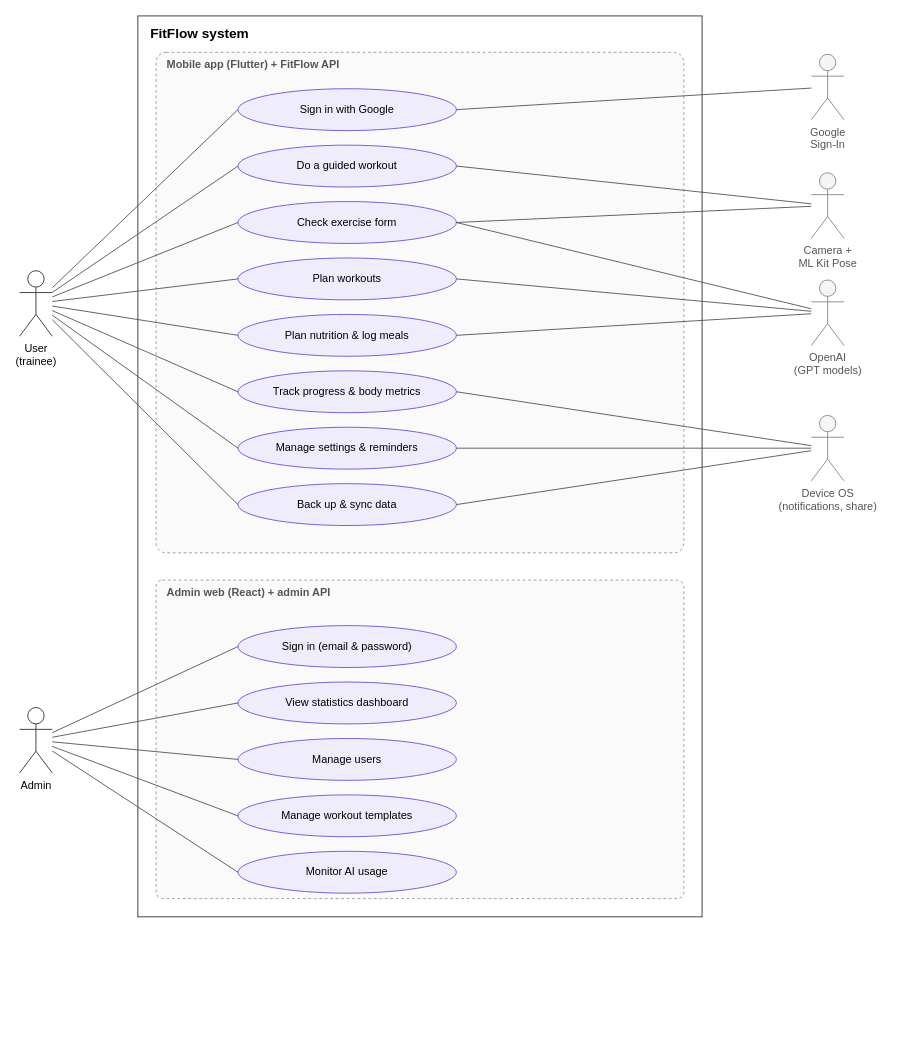
PRM-393-G5/fitflow keeps this draw.io diagram as docs/usecase.drawio. Above is the earlier version. Source tidied: cells renumbered, new cells numbered last; positions are measured from the earlier drawing's top-left corner, leaving out a move shared by most shapes. Both pictures are drawn from the tidied source at 91%, with x=0, y=0 at pixel (19, 15).
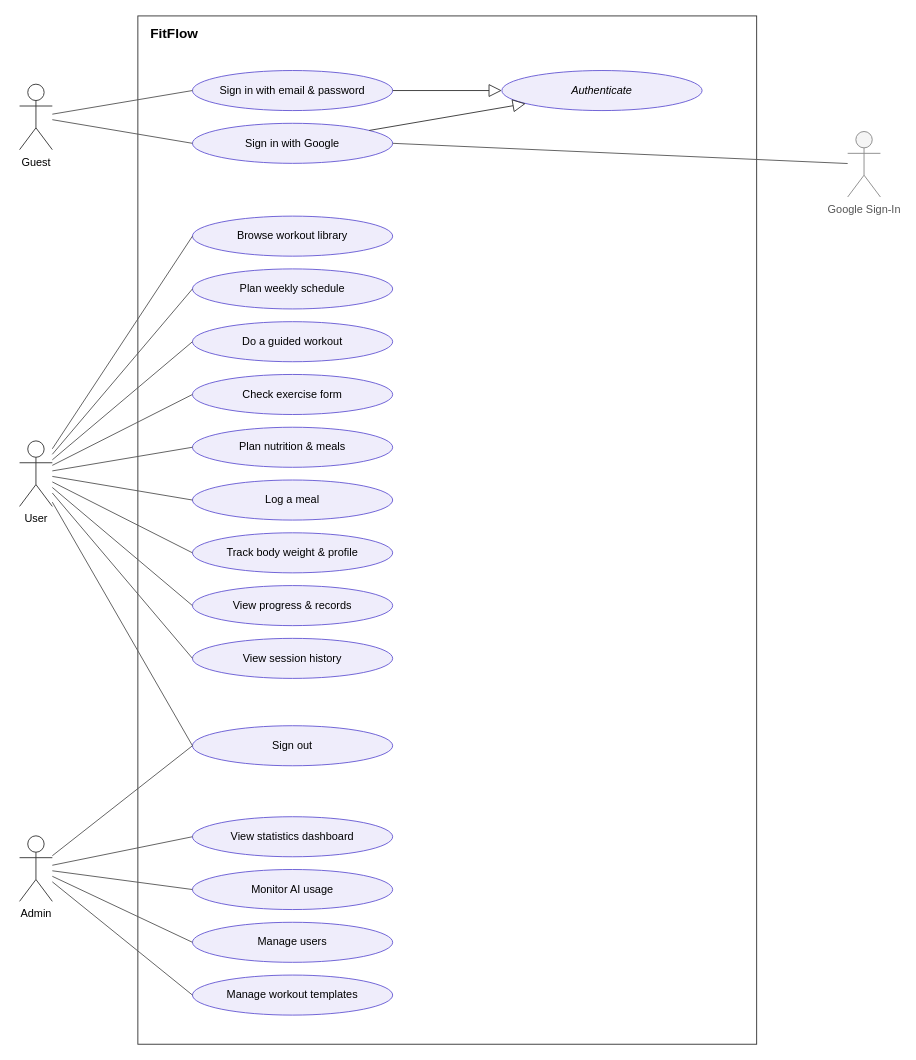
The same diagram, later.

Commit message (it also covers changes not shown here):
docs: update features list and simplify usecase diagram

Diff of the diagram source:
```diff
@@
-    <mxCell id="2" value="FitFlow system" style="rounded=0;whiteSpace=wrap;html=1;fillColor=none;verticalAlign=top;align=left;spacingLeft=12;spacingTop=4;fontSize=15;fontStyle=1;strokeColor=#333333;" parent="1" vertex="1">
-      <mxGeometry x="130" width="620" height="990" as="geometry" />
+    <mxCell id="2" value="FitFlow" style="rounded=0;whiteSpace=wrap;html=1;fillColor=none;verticalAlign=top;align=left;spacingLeft=12;spacingTop=4;fontSize=15;fontStyle=1;strokeColor=#333333;" parent="1" vertex="1">
+      <mxGeometry x="130" width="680" height="1130" as="geometry" />
     </mxCell>
-    <mxCell id="3" value="Mobile app (Flutter) + FitFlow API" style="rounded=1;arcSize=2;whiteSpace=wrap;html=1;fillColor=#fafafa;verticalAlign=top;align=left;spacingLeft=10;fontStyle=1;dashed=1;strokeColor=#999999;fontColor=#555555;" parent="1" vertex="1">
-      <mxGeometry x="150" y="40" width="580" height="550" as="geometry" />
-    </mxCell>
-    <mxCell id="4" value="Admin web (React) + admin API" style="rounded=1;arcSize=2;whiteSpace=wrap;html=1;fillColor=#fafafa;verticalAlign=top;align=left;spacingLeft=10;fontStyle=1;dashed=1;strokeColor=#999999;fontColor=#555555;" parent="1" vertex="1">
-      <mxGeometry x="150" y="620" width="580" height="350" as="geometry" />
-    </mxCell>
+    <mxCell id="46" value="Guest" style="shape=umlActor;verticalLabelPosition=bottom;verticalAlign=top;html=1;outlineConnect=0;fillColor=#ffffff;strokeColor=#333333;" parent="1" vertex="1">
+      <mxGeometry y="75" width="36" height="72" as="geometry" />
+    </mxCell>
-    <mxCell id="5" value="User&lt;br&gt;(trainee)" style="shape=umlActor;verticalLabelPosition=bottom;verticalAlign=top;html=1;outlineConnect=0;fillColor=#ffffff;strokeColor=#333333;" parent="1" vertex="1">
-      <mxGeometry y="280" width="36" height="72" as="geometry" />
+    <mxCell id="5" value="User" style="shape=umlActor;verticalLabelPosition=bottom;verticalAlign=top;html=1;outlineConnect=0;fillColor=#ffffff;strokeColor=#333333;" parent="1" vertex="1">
+      <mxGeometry y="467" width="36" height="72" as="geometry" />
     </mxCell>
     <mxCell id="6" value="Admin" style="shape=umlActor;verticalLabelPosition=bottom;verticalAlign=top;html=1;outlineConnect=0;fillColor=#ffffff;strokeColor=#333333;" parent="1" vertex="1">
-      <mxGeometry y="760" width="36" height="72" as="geometry" />
+      <mxGeometry y="901" width="36" height="72" as="geometry" />
     </mxCell>
-    <mxCell id="7" value="Google&lt;br&gt;Sign-In" style="shape=umlActor;verticalLabelPosition=bottom;verticalAlign=top;html=1;outlineConnect=0;fillColor=#f5f5f5;strokeColor=#888888;fontColor=#555555;" parent="1" vertex="1">
-      <mxGeometry x="870" y="42.2" width="36" height="72" as="geometry" />
+    <mxCell id="7" value="Google Sign-In" style="shape=umlActor;verticalLabelPosition=bottom;verticalAlign=top;html=1;outlineConnect=0;fillColor=#f5f5f5;strokeColor=#888888;fontColor=#555555;" parent="1" vertex="1">
+      <mxGeometry x="910" y="127" width="36" height="72" as="geometry" />
     </mxCell>
-    <mxCell id="8" value="Camera +&lt;br&gt;ML Kit Pose" style="shape=umlActor;verticalLabelPosition=bottom;verticalAlign=top;html=1;outlineConnect=0;fillColor=#f5f5f5;strokeColor=#888888;fontColor=#555555;" parent="1" vertex="1">
-      <mxGeometry x="870" y="172.4" width="36" height="72" as="geometry" />
-    </mxCell>
-    <mxCell id="9" value="OpenAI&lt;br&gt;(GPT models)" style="shape=umlActor;verticalLabelPosition=bottom;verticalAlign=top;html=1;outlineConnect=0;fillColor=#f5f5f5;strokeColor=#888888;fontColor=#555555;" parent="1" vertex="1">
-      <mxGeometry x="870" y="290.2" width="36" height="72" as="geometry" />
-    </mxCell>
-    <mxCell id="10" value="Device OS&lt;br&gt;(notifications, share)" style="shape=umlActor;verticalLabelPosition=bottom;verticalAlign=top;html=1;outlineConnect=0;fillColor=#f5f5f5;strokeColor=#888888;fontColor=#555555;" parent="1" vertex="1">
-      <mxGeometry x="870" y="439" width="36" height="72" as="geometry" />
-    </mxCell>
-    <mxCell id="11" value="Sign in with Google" style="ellipse;whiteSpace=wrap;html=1;fillColor=#EFEDFB;strokeColor=#6558D3;fontSize=12;" parent="1" vertex="1">
-      <mxGeometry x="240" y="80" width="240" height="46" as="geometry" />
-    </mxCell>
+    <mxCell id="21" value="Sign in with email &amp; password" style="ellipse;whiteSpace=wrap;html=1;fillColor=#EFEDFB;strokeColor=#6558D3;fontSize=12;" parent="1" vertex="1">
+      <mxGeometry x="190" y="60" width="220" height="44" as="geometry" />
+    </mxCell>
+    <mxCell id="19" value="Sign in with Google" style="ellipse;whiteSpace=wrap;html=1;fillColor=#EFEDFB;strokeColor=#6558D3;fontSize=12;" parent="1" vertex="1">
+      <mxGeometry x="190" y="118" width="220" height="44" as="geometry" />
+    </mxCell>
+    <mxCell id="47" value="Authenticate" style="ellipse;whiteSpace=wrap;html=1;fillColor=#EFEDFB;strokeColor=#6558D3;fontSize=12;fontStyle=2;" parent="1" vertex="1">
+      <mxGeometry x="530" y="60" width="220" height="44" as="geometry" />
+    </mxCell>
+    <mxCell id="48" value="Browse workout library" style="ellipse;whiteSpace=wrap;html=1;fillColor=#EFEDFB;strokeColor=#6558D3;fontSize=12;" parent="1" vertex="1">
+      <mxGeometry x="190" y="220" width="220" height="44" as="geometry" />
+    </mxCell>
+    <mxCell id="49" value="Plan weekly schedule" style="ellipse;whiteSpace=wrap;html=1;fillColor=#EFEDFB;strokeColor=#6558D3;fontSize=12;" parent="1" vertex="1">
+      <mxGeometry x="190" y="278" width="220" height="44" as="geometry" />
+    </mxCell>
     <mxCell id="12" value="Do a guided workout" style="ellipse;whiteSpace=wrap;html=1;fillColor=#EFEDFB;strokeColor=#6558D3;fontSize=12;" parent="1" vertex="1">
-      <mxGeometry x="240" y="142" width="240" height="46" as="geometry" />
+      <mxGeometry x="190" y="336" width="220" height="44" as="geometry" />
     </mxCell>
     <mxCell id="13" value="Check exercise form" style="ellipse;whiteSpace=wrap;html=1;fillColor=#EFEDFB;strokeColor=#6558D3;fontSize=12;" parent="1" vertex="1">
-      <mxGeometry x="240" y="204" width="240" height="46" as="geometry" />
+      <mxGeometry x="190" y="394" width="220" height="44" as="geometry" />
     </mxCell>
-    <mxCell id="14" value="Plan workouts" style="ellipse;whiteSpace=wrap;html=1;fillColor=#EFEDFB;strokeColor=#6558D3;fontSize=12;" parent="1" vertex="1">
-      <mxGeometry x="240" y="266" width="240" height="46" as="geometry" />
-    </mxCell>
-    <mxCell id="15" value="Plan nutrition &amp; log meals" style="ellipse;whiteSpace=wrap;html=1;fillColor=#EFEDFB;strokeColor=#6558D3;fontSize=12;" parent="1" vertex="1">
-      <mxGeometry x="240" y="328" width="240" height="46" as="geometry" />
-    </mxCell>
-    <mxCell id="16" value="Track progress &amp; body metrics" style="ellipse;whiteSpace=wrap;html=1;fillColor=#EFEDFB;strokeColor=#6558D3;fontSize=12;" parent="1" vertex="1">
-      <mxGeometry x="240" y="390" width="240" height="46" as="geometry" />
-    </mxCell>
-    <mxCell id="17" value="Manage settings &amp; reminders" style="ellipse;whiteSpace=wrap;html=1;fillColor=#EFEDFB;strokeColor=#6558D3;fontSize=12;" parent="1" vertex="1">
-      <mxGeometry x="240" y="452" width="240" height="46" as="geometry" />
-    </mxCell>
-    <mxCell id="18" value="Back up &amp; sync data" style="ellipse;whiteSpace=wrap;html=1;fillColor=#EFEDFB;strokeColor=#6558D3;fontSize=12;" parent="1" vertex="1">
-      <mxGeometry x="240" y="514" width="240" height="46" as="geometry" />
-    </mxCell>
-    <mxCell id="19" value="Sign in (email &amp; password)" style="ellipse;whiteSpace=wrap;html=1;fillColor=#EFEDFB;strokeColor=#6558D3;fontSize=12;" parent="1" vertex="1">
-      <mxGeometry x="240" y="670" width="240" height="46" as="geometry" />
-    </mxCell>
+    <mxCell id="50" value="Plan nutrition &amp; meals" style="ellipse;whiteSpace=wrap;html=1;fillColor=#EFEDFB;strokeColor=#6558D3;fontSize=12;" parent="1" vertex="1">
+      <mxGeometry x="190" y="452" width="220" height="44" as="geometry" />
+    </mxCell>
+    <mxCell id="51" value="Log a meal" style="ellipse;whiteSpace=wrap;html=1;fillColor=#EFEDFB;strokeColor=#6558D3;fontSize=12;" parent="1" vertex="1">
+      <mxGeometry x="190" y="510" width="220" height="44" as="geometry" />
+    </mxCell>
+    <mxCell id="52" value="Track body weight &amp; profile" style="ellipse;whiteSpace=wrap;html=1;fillColor=#EFEDFB;strokeColor=#6558D3;fontSize=12;" parent="1" vertex="1">
+      <mxGeometry x="190" y="568" width="220" height="44" as="geometry" />
+    </mxCell>
+    <mxCell id="53" value="View progress &amp; records" style="ellipse;whiteSpace=wrap;html=1;fillColor=#EFEDFB;strokeColor=#6558D3;fontSize=12;" parent="1" vertex="1">
+      <mxGeometry x="190" y="626" width="220" height="44" as="geometry" />
+    </mxCell>
+    <mxCell id="54" value="View session history" style="ellipse;whiteSpace=wrap;html=1;fillColor=#EFEDFB;strokeColor=#6558D3;fontSize=12;" parent="1" vertex="1">
+      <mxGeometry x="190" y="684" width="220" height="44" as="geometry" />
+    </mxCell>
-    <mxCell id="20" value="View statistics dashboard" style="ellipse;whiteSpace=wrap;html=1;fillColor=#EFEDFB;strokeColor=#6558D3;fontSize=12;" parent="1" vertex="1">
-      <mxGeometry x="240" y="732" width="240" height="46" as="geometry" />
+    <mxCell id="20" value="Sign out" style="ellipse;whiteSpace=wrap;html=1;fillColor=#EFEDFB;strokeColor=#6558D3;fontSize=12;" parent="1" vertex="1">
+      <mxGeometry x="190" y="780" width="220" height="44" as="geometry" />
     </mxCell>
-    <mxCell id="21" value="Manage users" style="ellipse;whiteSpace=wrap;html=1;fillColor=#EFEDFB;strokeColor=#6558D3;fontSize=12;" parent="1" vertex="1">
-      <mxGeometry x="240" y="794" width="240" height="46" as="geometry" />
-    </mxCell>
+    <mxCell id="55" value="View statistics dashboard" style="ellipse;whiteSpace=wrap;html=1;fillColor=#EFEDFB;strokeColor=#6558D3;fontSize=12;" parent="1" vertex="1">
+      <mxGeometry x="190" y="880" width="220" height="44" as="geometry" />
+    </mxCell>
+    <mxCell id="23" value="Monitor AI usage" style="ellipse;whiteSpace=wrap;html=1;fillColor=#EFEDFB;strokeColor=#6558D3;fontSize=12;" parent="1" vertex="1">
+      <mxGeometry x="190" y="938" width="220" height="44" as="geometry" />
+    </mxCell>
+    <mxCell id="56" value="Manage users" style="ellipse;whiteSpace=wrap;html=1;fillColor=#EFEDFB;strokeColor=#6558D3;fontSize=12;" parent="1" vertex="1">
+      <mxGeometry x="190" y="996" width="220" height="44" as="geometry" />
+    </mxCell>
     <mxCell id="22" value="Manage workout templates" style="ellipse;whiteSpace=wrap;html=1;fillColor=#EFEDFB;strokeColor=#6558D3;fontSize=12;" parent="1" vertex="1">
-      <mxGeometry x="240" y="856" width="240" height="46" as="geometry" />
+      <mxGeometry x="190" y="1054" width="220" height="44" as="geometry" />
     </mxCell>
-    <mxCell id="23" value="Monitor AI usage" style="ellipse;whiteSpace=wrap;html=1;fillColor=#EFEDFB;strokeColor=#6558D3;fontSize=12;" parent="1" vertex="1">
-      <mxGeometry x="240" y="918" width="240" height="46" as="geometry" />
-    </mxCell>
-    <mxCell id="24" style="endArrow=none;html=1;strokeColor=#555555;entryX=0;entryY=0.5;entryDx=0;entryDy=0;" parent="1" edge="1" source="5" target="11">
+    <mxCell id="24" style="endArrow=none;html=1;strokeColor=#555555;entryX=0;entryY=0.5;entryDx=0;entryDy=0;" parent="1" edge="1" source="46" target="21">
       <mxGeometry relative="1" as="geometry" />
     </mxCell>
-    <mxCell id="25" style="endArrow=none;html=1;strokeColor=#555555;entryX=0;entryY=0.5;entryDx=0;entryDy=0;" parent="1" edge="1" source="5" target="12">
+    <mxCell id="25" style="endArrow=none;html=1;strokeColor=#555555;entryX=0;entryY=0.5;entryDx=0;entryDy=0;" parent="1" edge="1" source="46" target="19">
       <mxGeometry relative="1" as="geometry" />
     </mxCell>
-    <mxCell id="26" style="endArrow=none;html=1;strokeColor=#555555;entryX=0;entryY=0.5;entryDx=0;entryDy=0;" parent="1" edge="1" source="5" target="13">
+    <mxCell id="26" style="endArrow=none;html=1;strokeColor=#555555;entryX=0;entryY=0.5;entryDx=0;entryDy=0;" parent="1" edge="1" source="5" target="48">
       <mxGeometry relative="1" as="geometry" />
     </mxCell>
-    <mxCell id="27" style="endArrow=none;html=1;strokeColor=#555555;entryX=0;entryY=0.5;entryDx=0;entryDy=0;" parent="1" edge="1" source="5" target="14">
+    <mxCell id="27" style="endArrow=none;html=1;strokeColor=#555555;entryX=0;entryY=0.5;entryDx=0;entryDy=0;" parent="1" edge="1" source="5" target="49">
       <mxGeometry relative="1" as="geometry" />
     </mxCell>
-    <mxCell id="28" style="endArrow=none;html=1;strokeColor=#555555;entryX=0;entryY=0.5;entryDx=0;entryDy=0;" parent="1" edge="1" source="5" target="15">
+    <mxCell id="28" style="endArrow=none;html=1;strokeColor=#555555;entryX=0;entryY=0.5;entryDx=0;entryDy=0;" parent="1" edge="1" source="5" target="12">
       <mxGeometry relative="1" as="geometry" />
     </mxCell>
-    <mxCell id="29" style="endArrow=none;html=1;strokeColor=#555555;entryX=0;entryY=0.5;entryDx=0;entryDy=0;" parent="1" edge="1" source="5" target="16">
+    <mxCell id="29" style="endArrow=none;html=1;strokeColor=#555555;entryX=0;entryY=0.5;entryDx=0;entryDy=0;" parent="1" edge="1" source="5" target="13">
       <mxGeometry relative="1" as="geometry" />
     </mxCell>
-    <mxCell id="30" style="endArrow=none;html=1;strokeColor=#555555;entryX=0;entryY=0.5;entryDx=0;entryDy=0;" parent="1" edge="1" source="5" target="17">
+    <mxCell id="30" style="endArrow=none;html=1;strokeColor=#555555;entryX=0;entryY=0.5;entryDx=0;entryDy=0;" parent="1" edge="1" source="5" target="50">
       <mxGeometry relative="1" as="geometry" />
     </mxCell>
-    <mxCell id="31" style="endArrow=none;html=1;strokeColor=#555555;entryX=0;entryY=0.5;entryDx=0;entryDy=0;" parent="1" edge="1" source="5" target="18">
+    <mxCell id="31" style="endArrow=none;html=1;strokeColor=#555555;entryX=0;entryY=0.5;entryDx=0;entryDy=0;" parent="1" edge="1" source="5" target="51">
       <mxGeometry relative="1" as="geometry" />
     </mxCell>
-    <mxCell id="32" style="endArrow=none;html=1;strokeColor=#555555;entryX=0;entryY=0.5;entryDx=0;entryDy=0;" parent="1" edge="1" source="6" target="19">
+    <mxCell id="32" style="endArrow=none;html=1;strokeColor=#555555;entryX=0;entryY=0.5;entryDx=0;entryDy=0;" parent="1" edge="1" source="5" target="52">
       <mxGeometry relative="1" as="geometry" />
     </mxCell>
-    <mxCell id="33" style="endArrow=none;html=1;strokeColor=#555555;entryX=0;entryY=0.5;entryDx=0;entryDy=0;" parent="1" edge="1" source="6" target="20">
+    <mxCell id="33" style="endArrow=none;html=1;strokeColor=#555555;entryX=0;entryY=0.5;entryDx=0;entryDy=0;" parent="1" edge="1" source="5" target="53">
       <mxGeometry relative="1" as="geometry" />
     </mxCell>
-    <mxCell id="34" style="endArrow=none;html=1;strokeColor=#555555;entryX=0;entryY=0.5;entryDx=0;entryDy=0;" parent="1" edge="1" source="6" target="21">
+    <mxCell id="34" style="endArrow=none;html=1;strokeColor=#555555;entryX=0;entryY=0.5;entryDx=0;entryDy=0;" parent="1" edge="1" source="5" target="54">
       <mxGeometry relative="1" as="geometry" />
     </mxCell>
-    <mxCell id="35" style="endArrow=none;html=1;strokeColor=#555555;entryX=0;entryY=0.5;entryDx=0;entryDy=0;" parent="1" edge="1" source="6" target="22">
+    <mxCell id="35" style="endArrow=none;html=1;strokeColor=#555555;entryX=0;entryY=0.5;entryDx=0;entryDy=0;" parent="1" edge="1" source="5" target="20">
       <mxGeometry relative="1" as="geometry" />
     </mxCell>
-    <mxCell id="36" style="endArrow=none;html=1;strokeColor=#555555;entryX=0;entryY=0.5;entryDx=0;entryDy=0;" parent="1" edge="1" source="6" target="23">
+    <mxCell id="36" style="endArrow=none;html=1;strokeColor=#555555;entryX=0;entryY=0.5;entryDx=0;entryDy=0;" parent="1" edge="1" source="6" target="20">
       <mxGeometry relative="1" as="geometry" />
     </mxCell>
-    <mxCell id="37" style="endArrow=none;html=1;strokeColor=#555555;exitX=1;exitY=0.5;exitDx=0;exitDy=0;" parent="1" edge="1" source="11" target="7">
+    <mxCell id="37" style="endArrow=none;html=1;strokeColor=#555555;entryX=0;entryY=0.5;entryDx=0;entryDy=0;" parent="1" edge="1" source="6" target="55">
       <mxGeometry relative="1" as="geometry" />
     </mxCell>
-    <mxCell id="38" style="endArrow=none;html=1;strokeColor=#555555;exitX=1;exitY=0.5;exitDx=0;exitDy=0;" parent="1" edge="1" source="12" target="8">
+    <mxCell id="38" style="endArrow=none;html=1;strokeColor=#555555;entryX=0;entryY=0.5;entryDx=0;entryDy=0;" parent="1" edge="1" source="6" target="23">
       <mxGeometry relative="1" as="geometry" />
     </mxCell>
-    <mxCell id="39" style="endArrow=none;html=1;strokeColor=#555555;exitX=1;exitY=0.5;exitDx=0;exitDy=0;" parent="1" edge="1" source="13" target="8">
+    <mxCell id="39" style="endArrow=none;html=1;strokeColor=#555555;entryX=0;entryY=0.5;entryDx=0;entryDy=0;" parent="1" edge="1" source="6" target="56">
       <mxGeometry relative="1" as="geometry" />
     </mxCell>
-    <mxCell id="40" style="endArrow=none;html=1;strokeColor=#555555;exitX=1;exitY=0.5;exitDx=0;exitDy=0;" parent="1" edge="1" source="13" target="9">
+    <mxCell id="40" style="endArrow=none;html=1;strokeColor=#555555;entryX=0;entryY=0.5;entryDx=0;entryDy=0;" parent="1" edge="1" source="6" target="22">
       <mxGeometry relative="1" as="geometry" />
     </mxCell>
-    <mxCell id="41" style="endArrow=none;html=1;strokeColor=#555555;exitX=1;exitY=0.5;exitDx=0;exitDy=0;" parent="1" edge="1" source="14" target="9">
+    <mxCell id="41" style="endArrow=block;endFill=0;endSize=12;html=1;strokeColor=#333333;" parent="1" edge="1" source="21" target="47">
       <mxGeometry relative="1" as="geometry" />
     </mxCell>
-    <mxCell id="42" style="endArrow=none;html=1;strokeColor=#555555;exitX=1;exitY=0.5;exitDx=0;exitDy=0;" parent="1" edge="1" source="15" target="9">
+    <mxCell id="42" style="endArrow=block;endFill=0;endSize=12;html=1;strokeColor=#333333;" parent="1" edge="1" source="19" target="47">
       <mxGeometry relative="1" as="geometry" />
     </mxCell>
-    <mxCell id="43" style="endArrow=none;html=1;strokeColor=#555555;exitX=1;exitY=0.5;exitDx=0;exitDy=0;" parent="1" edge="1" source="16" target="10">
+    <mxCell id="43" style="endArrow=none;html=1;strokeColor=#555555;exitX=1;exitY=0.5;exitDx=0;exitDy=0;" parent="1" edge="1" source="19" target="7">
       <mxGeometry relative="1" as="geometry" />
     </mxCell>
-    <mxCell id="44" style="endArrow=none;html=1;strokeColor=#555555;exitX=1;exitY=0.5;exitDx=0;exitDy=0;" parent="1" edge="1" source="17" target="10">
-      <mxGeometry relative="1" as="geometry" />
-    </mxCell>
-    <mxCell id="45" style="endArrow=none;html=1;strokeColor=#555555;exitX=1;exitY=0.5;exitDx=0;exitDy=0;" parent="1" edge="1" source="18" target="10">
-      <mxGeometry relative="1" as="geometry" />
-    </mxCell>
```
